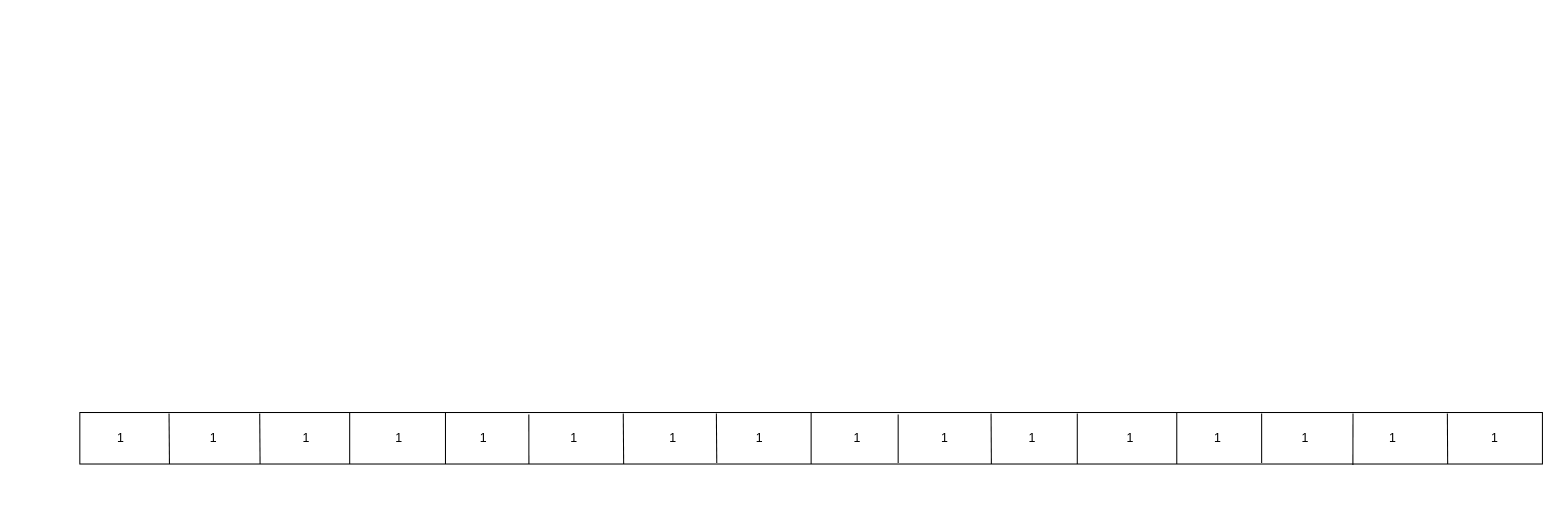
The draw.io diagram Tree/xml/BinaryIndexedTree.drawio in mstao/data-structures, before the edit. Source tidied: cells renumbered, new cells numbered last; positions are measured from the earlier drawing's top-left corner, leaving out a move shared by most shapes. Both pictures are drawn from the tidied source at 103%, with x=0, y=0 at pixel (79, 412).
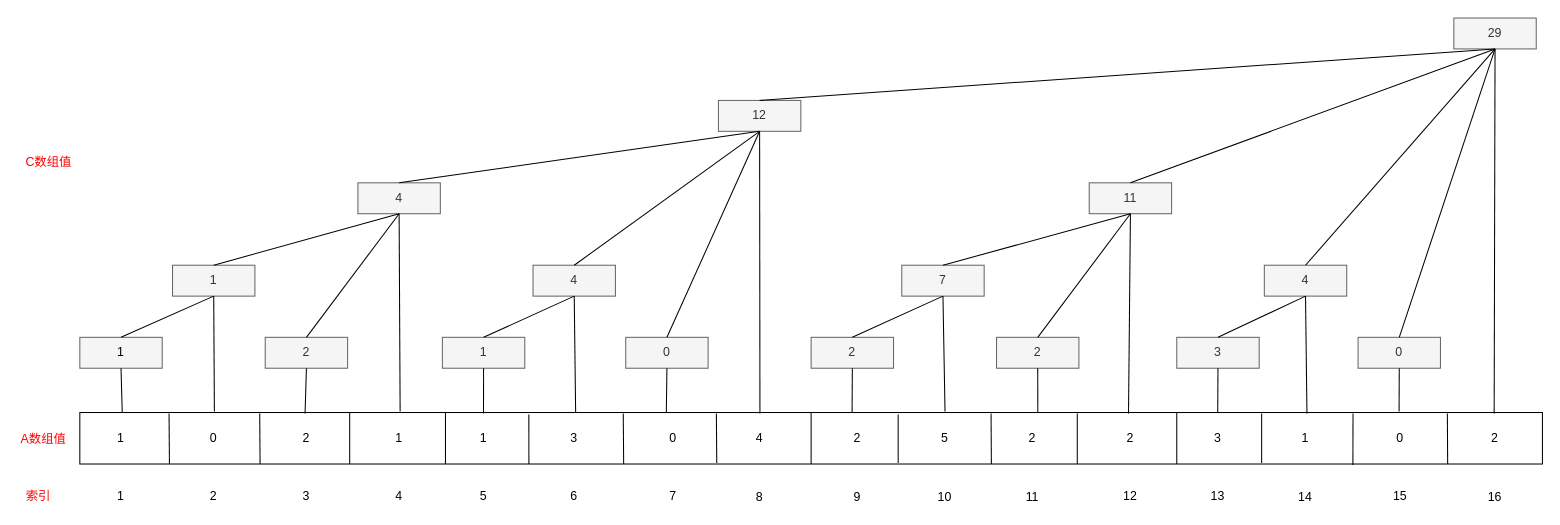
Above is the later version.

Unchanged cells that the change refers to:
```xml
<mxCell id="2" style="rounded=0;whiteSpace=wrap;html=1;" parent="1" vertex="1">
  <mxGeometry width="1420" height="50" as="geometry" />
</mxCell>
```

What changed in the source:
```diff
@@
-    <mxCell id="19" value="1" style="text;html=1;strokeColor=none;fillColor=none;align=center;verticalAlign=middle;whiteSpace=wrap;rounded=0;" parent="1" vertex="1">
+    <mxCell id="19" value="0" style="text;html=1;strokeColor=none;fillColor=none;align=center;verticalAlign=middle;whiteSpace=wrap;rounded=0;" parent="1" vertex="1">
       <mxGeometry x="110" y="15" width="40" height="20" as="geometry" />
     </mxCell>
-    <mxCell id="20" value="1" style="text;html=1;strokeColor=none;fillColor=none;align=center;verticalAlign=middle;whiteSpace=wrap;rounded=0;" parent="1" vertex="1">
+    <mxCell id="20" value="2" style="text;html=1;strokeColor=none;fillColor=none;align=center;verticalAlign=middle;whiteSpace=wrap;rounded=0;" parent="1" vertex="1">
       <mxGeometry x="200" y="15" width="40" height="20" as="geometry" />
     </mxCell>
@@
-    <mxCell id="23" value="1" style="text;html=1;strokeColor=none;fillColor=none;align=center;verticalAlign=middle;whiteSpace=wrap;rounded=0;" parent="1" vertex="1">
+    <mxCell id="23" value="3" style="text;html=1;strokeColor=none;fillColor=none;align=center;verticalAlign=middle;whiteSpace=wrap;rounded=0;" parent="1" vertex="1">
       <mxGeometry x="460" y="15" width="40" height="20" as="geometry" />
     </mxCell>
-    <mxCell id="24" value="1" style="text;html=1;strokeColor=none;fillColor=none;align=center;verticalAlign=middle;whiteSpace=wrap;rounded=0;" parent="1" vertex="1">
+    <mxCell id="24" value="0" style="text;html=1;strokeColor=none;fillColor=none;align=center;verticalAlign=middle;whiteSpace=wrap;rounded=0;" parent="1" vertex="1">
       <mxGeometry x="556" y="15" width="40" height="20" as="geometry" />
     </mxCell>
-    <mxCell id="25" value="1" style="text;html=1;strokeColor=none;fillColor=none;align=center;verticalAlign=middle;whiteSpace=wrap;rounded=0;" parent="1" vertex="1">
+    <mxCell id="25" value="4" style="text;html=1;strokeColor=none;fillColor=none;align=center;verticalAlign=middle;whiteSpace=wrap;rounded=0;" parent="1" vertex="1">
       <mxGeometry x="640" y="15" width="40" height="20" as="geometry" />
     </mxCell>
-    <mxCell id="26" value="1" style="text;html=1;strokeColor=none;fillColor=none;align=center;verticalAlign=middle;whiteSpace=wrap;rounded=0;" parent="1" vertex="1">
+    <mxCell id="26" value="2" style="text;html=1;strokeColor=none;fillColor=none;align=center;verticalAlign=middle;whiteSpace=wrap;rounded=0;" parent="1" vertex="1">
       <mxGeometry x="735" y="15" width="40" height="20" as="geometry" />
     </mxCell>
-    <mxCell id="27" value="1" style="text;html=1;strokeColor=none;fillColor=none;align=center;verticalAlign=middle;whiteSpace=wrap;rounded=0;" parent="1" vertex="1">
+    <mxCell id="27" value="5" style="text;html=1;strokeColor=none;fillColor=none;align=center;verticalAlign=middle;whiteSpace=wrap;rounded=0;" parent="1" vertex="1">
       <mxGeometry x="820" y="15" width="40" height="20" as="geometry" />
     </mxCell>
-    <mxCell id="28" value="1" style="text;html=1;strokeColor=none;fillColor=none;align=center;verticalAlign=middle;whiteSpace=wrap;rounded=0;" parent="1" vertex="1">
+    <mxCell id="28" value="2" style="text;html=1;strokeColor=none;fillColor=none;align=center;verticalAlign=middle;whiteSpace=wrap;rounded=0;" parent="1" vertex="1">
       <mxGeometry x="905" y="15" width="40" height="20" as="geometry" />
     </mxCell>
-    <mxCell id="29" value="1" style="text;html=1;strokeColor=none;fillColor=none;align=center;verticalAlign=middle;whiteSpace=wrap;rounded=0;" parent="1" vertex="1">
+    <mxCell id="29" value="2" style="text;html=1;strokeColor=none;fillColor=none;align=center;verticalAlign=middle;whiteSpace=wrap;rounded=0;" parent="1" vertex="1">
       <mxGeometry x="1000" y="15" width="40" height="20" as="geometry" />
     </mxCell>
-    <mxCell id="30" value="1" style="text;html=1;strokeColor=none;fillColor=none;align=center;verticalAlign=middle;whiteSpace=wrap;rounded=0;" parent="1" vertex="1">
+    <mxCell id="30" value="3" style="text;html=1;strokeColor=none;fillColor=none;align=center;verticalAlign=middle;whiteSpace=wrap;rounded=0;" parent="1" vertex="1">
       <mxGeometry x="1085" y="15" width="40" height="20" as="geometry" />
     </mxCell>
@@
-    <mxCell id="32" value="1" style="text;html=1;strokeColor=none;fillColor=none;align=center;verticalAlign=middle;whiteSpace=wrap;rounded=0;" parent="1" vertex="1">
-      <mxGeometry x="1255" y="15" width="40" height="20" as="geometry" />
+    <mxCell id="32" value="0" style="text;html=1;strokeColor=none;fillColor=none;align=center;verticalAlign=middle;whiteSpace=wrap;rounded=0;" parent="1" vertex="1">
+      <mxGeometry x="1262" y="15" width="40" height="20" as="geometry" />
     </mxCell>
-    <mxCell id="33" value="1" style="text;html=1;strokeColor=none;fillColor=none;align=center;verticalAlign=middle;whiteSpace=wrap;rounded=0;" parent="1" vertex="1">
+    <mxCell id="33" value="2" style="text;html=1;strokeColor=none;fillColor=none;align=center;verticalAlign=middle;whiteSpace=wrap;rounded=0;" parent="1" vertex="1">
       <mxGeometry x="1354" y="15" width="40" height="20" as="geometry" />
     </mxCell>
+    <mxCell id="34" value="1" style="text;html=1;strokeColor=none;fillColor=none;align=center;verticalAlign=middle;whiteSpace=wrap;rounded=0;" parent="1" vertex="1">
+      <mxGeometry x="20" y="71" width="40" height="20" as="geometry" />
+    </mxCell>
+    <mxCell id="35" value="索引" style="text;html=1;strokeColor=none;fillColor=none;align=center;verticalAlign=middle;whiteSpace=wrap;rounded=0;fontColor=#FF0000;" parent="1" vertex="1">
+      <mxGeometry x="-60" y="71" width="40" height="20" as="geometry" />
+    </mxCell>
+    <mxCell id="36" value="A数组值" style="text;html=1;strokeColor=none;fillColor=none;align=center;verticalAlign=middle;whiteSpace=wrap;rounded=0;labelBackgroundColor=#ffffff;fontColor=#FF0000;" parent="1" vertex="1">
+      <mxGeometry x="-60" y="15" width="50" height="22" as="geometry" />
+    </mxCell>
+    <mxCell id="37" value="2" style="text;html=1;strokeColor=none;fillColor=none;align=center;verticalAlign=middle;whiteSpace=wrap;rounded=0;" parent="1" vertex="1">
+      <mxGeometry x="110" y="71" width="40" height="20" as="geometry" />
+    </mxCell>
+    <mxCell id="38" value="3" style="text;html=1;strokeColor=none;fillColor=none;align=center;verticalAlign=middle;whiteSpace=wrap;rounded=0;" parent="1" vertex="1">
+      <mxGeometry x="200" y="71" width="40" height="20" as="geometry" />
+    </mxCell>
+    <mxCell id="39" value="4" style="text;html=1;strokeColor=none;fillColor=none;align=center;verticalAlign=middle;whiteSpace=wrap;rounded=0;" parent="1" vertex="1">
+      <mxGeometry x="290" y="71" width="40" height="20" as="geometry" />
+    </mxCell>
+    <mxCell id="40" value="5" style="text;html=1;strokeColor=none;fillColor=none;align=center;verticalAlign=middle;whiteSpace=wrap;rounded=0;" parent="1" vertex="1">
+      <mxGeometry x="372" y="71" width="40" height="20" as="geometry" />
+    </mxCell>
+    <mxCell id="41" value="6" style="text;html=1;strokeColor=none;fillColor=none;align=center;verticalAlign=middle;whiteSpace=wrap;rounded=0;" parent="1" vertex="1">
+      <mxGeometry x="460" y="71" width="40" height="20" as="geometry" />
+    </mxCell>
+    <mxCell id="42" value="7" style="text;html=1;strokeColor=none;fillColor=none;align=center;verticalAlign=middle;whiteSpace=wrap;rounded=0;" parent="1" vertex="1">
+      <mxGeometry x="556" y="71" width="40" height="20" as="geometry" />
+    </mxCell>
+    <mxCell id="43" value="8" style="text;html=1;strokeColor=none;fillColor=none;align=center;verticalAlign=middle;whiteSpace=wrap;rounded=0;" parent="1" vertex="1">
+      <mxGeometry x="640" y="72" width="40" height="20" as="geometry" />
+    </mxCell>
+    <mxCell id="44" value="9" style="text;html=1;strokeColor=none;fillColor=none;align=center;verticalAlign=middle;whiteSpace=wrap;rounded=0;" parent="1" vertex="1">
+      <mxGeometry x="735" y="72" width="40" height="20" as="geometry" />
+    </mxCell>
+    <mxCell id="45" value="10" style="text;html=1;strokeColor=none;fillColor=none;align=center;verticalAlign=middle;whiteSpace=wrap;rounded=0;" parent="1" vertex="1">
+      <mxGeometry x="820" y="72" width="40" height="20" as="geometry" />
+    </mxCell>
+    <mxCell id="46" value="11" style="text;html=1;strokeColor=none;fillColor=none;align=center;verticalAlign=middle;whiteSpace=wrap;rounded=0;" parent="1" vertex="1">
+      <mxGeometry x="905" y="72" width="40" height="20" as="geometry" />
+    </mxCell>
+    <mxCell id="47" value="12" style="text;html=1;strokeColor=none;fillColor=none;align=center;verticalAlign=middle;whiteSpace=wrap;rounded=0;" parent="1" vertex="1">
+      <mxGeometry x="1000" y="71" width="40" height="20" as="geometry" />
+    </mxCell>
+    <mxCell id="48" value="13" style="text;html=1;strokeColor=none;fillColor=none;align=center;verticalAlign=middle;whiteSpace=wrap;rounded=0;" parent="1" vertex="1">
+      <mxGeometry x="1085" y="71" width="40" height="20" as="geometry" />
+    </mxCell>
+    <mxCell id="49" value="14" style="text;html=1;strokeColor=none;fillColor=none;align=center;verticalAlign=middle;whiteSpace=wrap;rounded=0;" parent="1" vertex="1">
+      <mxGeometry x="1170" y="72" width="40" height="20" as="geometry" />
+    </mxCell>
+    <mxCell id="50" value="15" style="text;html=1;strokeColor=none;fillColor=none;align=center;verticalAlign=middle;whiteSpace=wrap;rounded=0;" parent="1" vertex="1">
+      <mxGeometry x="1262" y="71" width="40" height="20" as="geometry" />
+    </mxCell>
+    <mxCell id="51" value="16" style="text;html=1;strokeColor=none;fillColor=none;align=center;verticalAlign=middle;whiteSpace=wrap;rounded=0;" parent="1" vertex="1">
+      <mxGeometry x="1354" y="72" width="40" height="20" as="geometry" />
+    </mxCell>
+    <mxCell id="52" style="rounded=0;whiteSpace=wrap;html=1;fillColor=#f5f5f5;strokeColor=#666666;fontColor=#333333;" parent="1" vertex="1">
+      <mxGeometry y="-73" width="80" height="30" as="geometry" />
+    </mxCell>
+    <mxCell id="53" value="1" style="text;html=1;strokeColor=none;fillColor=none;align=center;verticalAlign=middle;whiteSpace=wrap;rounded=0;" parent="1" vertex="1">
+      <mxGeometry x="20" y="-68" width="40" height="20" as="geometry" />
+    </mxCell>
+    <mxCell id="54" value="2" style="rounded=0;whiteSpace=wrap;html=1;fillColor=#f5f5f5;strokeColor=#666666;fontColor=#333333;" parent="1" vertex="1">
+      <mxGeometry x="180" y="-73" width="80" height="30" as="geometry" />
+    </mxCell>
+    <mxCell id="55" value="1" style="rounded=0;whiteSpace=wrap;html=1;fillColor=#f5f5f5;strokeColor=#666666;fontColor=#333333;" parent="1" vertex="1">
+      <mxGeometry x="352" y="-73" width="80" height="30" as="geometry" />
+    </mxCell>
+    <mxCell id="56" value="0" style="rounded=0;whiteSpace=wrap;html=1;fillColor=#f5f5f5;strokeColor=#666666;fontColor=#333333;" parent="1" vertex="1">
+      <mxGeometry x="530" y="-73" width="80" height="30" as="geometry" />
+    </mxCell>
+    <mxCell id="57" value="2" style="rounded=0;whiteSpace=wrap;html=1;fillColor=#f5f5f5;strokeColor=#666666;fontColor=#333333;" parent="1" vertex="1">
+      <mxGeometry x="710" y="-73" width="80" height="30" as="geometry" />
+    </mxCell>
+    <mxCell id="58" value="2" style="rounded=0;whiteSpace=wrap;html=1;fillColor=#f5f5f5;strokeColor=#666666;fontColor=#333333;" parent="1" vertex="1">
+      <mxGeometry x="890" y="-73" width="80" height="30" as="geometry" />
+    </mxCell>
+    <mxCell id="59" value="3" style="rounded=0;whiteSpace=wrap;html=1;fillColor=#f5f5f5;strokeColor=#666666;fontColor=#333333;" parent="1" vertex="1">
+      <mxGeometry x="1065" y="-73" width="80" height="30" as="geometry" />
+    </mxCell>
+    <mxCell id="60" value="0" style="rounded=0;whiteSpace=wrap;html=1;fillColor=#f5f5f5;strokeColor=#666666;fontColor=#333333;" parent="1" vertex="1">
+      <mxGeometry x="1241" y="-73" width="80" height="30" as="geometry" />
+    </mxCell>
+    <mxCell id="61" value="1" style="rounded=0;whiteSpace=wrap;html=1;fillColor=#f5f5f5;strokeColor=#666666;fontColor=#333333;" parent="1" vertex="1">
+      <mxGeometry x="90" y="-143" width="80" height="30" as="geometry" />
+    </mxCell>
+    <mxCell id="62" value="4" style="rounded=0;whiteSpace=wrap;html=1;fillColor=#f5f5f5;strokeColor=#666666;fontColor=#333333;" parent="1" vertex="1">
+      <mxGeometry x="440" y="-143" width="80" height="30" as="geometry" />
+    </mxCell>
+    <mxCell id="63" value="7" style="rounded=0;whiteSpace=wrap;html=1;fillColor=#f5f5f5;strokeColor=#666666;fontColor=#333333;" parent="1" vertex="1">
+      <mxGeometry x="798" y="-143" width="80" height="30" as="geometry" />
+    </mxCell>
+    <mxCell id="64" value="4" style="rounded=0;whiteSpace=wrap;html=1;fillColor=#f5f5f5;strokeColor=#666666;fontColor=#333333;" parent="1" vertex="1">
+      <mxGeometry x="1150" y="-143" width="80" height="30" as="geometry" />
+    </mxCell>
+    <mxCell id="65" value="4" style="rounded=0;whiteSpace=wrap;html=1;fillColor=#f5f5f5;strokeColor=#666666;fontColor=#333333;" parent="1" vertex="1">
+      <mxGeometry x="270" y="-223" width="80" height="30" as="geometry" />
+    </mxCell>
+    <mxCell id="66" value="12" style="rounded=0;whiteSpace=wrap;html=1;fillColor=#f5f5f5;strokeColor=#666666;fontColor=#333333;" parent="1" vertex="1">
+      <mxGeometry x="620" y="-303" width="80" height="30" as="geometry" />
+    </mxCell>
+    <mxCell id="67" value="11" style="rounded=0;whiteSpace=wrap;html=1;fillColor=#f5f5f5;strokeColor=#666666;fontColor=#333333;" parent="1" vertex="1">
+      <mxGeometry x="980" y="-223" width="80" height="30" as="geometry" />
+    </mxCell>
+    <mxCell id="68" value="29" style="rounded=0;whiteSpace=wrap;html=1;fillColor=#f5f5f5;strokeColor=#666666;fontColor=#333333;" parent="1" vertex="1">
+      <mxGeometry x="1334" y="-383" width="80" height="30" as="geometry" />
+    </mxCell>
+    <mxCell id="69" style="endArrow=none;html=1;fontColor=#FF0000;exitX=0.5;exitY=1;exitDx=0;exitDy=0;entryX=0.092;entryY=-0.02;entryDx=0;entryDy=0;entryPerimeter=0;" parent="1" edge="1" source="61" target="2">
+      <mxGeometry relative="1" as="geometry" />
+    </mxCell>
+    <mxCell id="70" style="endArrow=none;html=1;fontColor=#FF0000;exitX=0.5;exitY=1;exitDx=0;exitDy=0;entryX=0.5;entryY=0;entryDx=0;entryDy=0;" parent="1" edge="1" source="61" target="52">
+      <mxGeometry relative="1" as="geometry" />
+    </mxCell>
+    <mxCell id="71" style="endArrow=none;html=1;fontColor=#FF0000;exitX=0.5;exitY=1;exitDx=0;exitDy=0;entryX=0.029;entryY=0;entryDx=0;entryDy=0;entryPerimeter=0;" parent="1" edge="1" source="52" target="2">
+      <mxGeometry relative="1" as="geometry" />
+    </mxCell>
+    <mxCell id="72" style="endArrow=none;html=1;fontColor=#FF0000;exitX=0.5;exitY=1;exitDx=0;exitDy=0;entryX=0.154;entryY=0.02;entryDx=0;entryDy=0;entryPerimeter=0;" parent="1" edge="1" source="54" target="2">
+      <mxGeometry relative="1" as="geometry" />
+    </mxCell>
+    <mxCell id="73" style="endArrow=none;html=1;fontColor=#FF0000;exitX=0.5;exitY=1;exitDx=0;exitDy=0;entryX=0.276;entryY=0.02;entryDx=0;entryDy=0;entryPerimeter=0;" parent="1" edge="1" source="55" target="2">
+      <mxGeometry relative="1" as="geometry" />
+    </mxCell>
+    <mxCell id="74" style="endArrow=none;html=1;fontColor=#FF0000;exitX=0.5;exitY=1;exitDx=0;exitDy=0;entryX=0.401;entryY=0;entryDx=0;entryDy=0;entryPerimeter=0;" parent="1" edge="1" source="56" target="2">
+      <mxGeometry relative="1" as="geometry" />
+    </mxCell>
+    <mxCell id="75" style="endArrow=none;html=1;fontColor=#FF0000;exitX=0.5;exitY=1;exitDx=0;exitDy=0;entryX=0.528;entryY=0;entryDx=0;entryDy=0;entryPerimeter=0;" parent="1" edge="1" source="57" target="2">
+      <mxGeometry relative="1" as="geometry" />
+    </mxCell>
+    <mxCell id="76" style="endArrow=none;html=1;fontColor=#FF0000;exitX=0.5;exitY=1;exitDx=0;exitDy=0;entryX=0.655;entryY=0;entryDx=0;entryDy=0;entryPerimeter=0;" parent="1" edge="1" source="58" target="2">
+      <mxGeometry relative="1" as="geometry" />
+    </mxCell>
+    <mxCell id="77" style="endArrow=none;html=1;fontColor=#FF0000;exitX=0.5;exitY=1;exitDx=0;exitDy=0;entryX=0.778;entryY=0;entryDx=0;entryDy=0;entryPerimeter=0;" parent="1" edge="1" source="59" target="2">
+      <mxGeometry relative="1" as="geometry" />
+    </mxCell>
+    <mxCell id="78" style="endArrow=none;html=1;fontColor=#FF0000;exitX=0.5;exitY=1;exitDx=0;exitDy=0;entryX=0.902;entryY=-0.02;entryDx=0;entryDy=0;entryPerimeter=0;" parent="1" edge="1" source="60" target="2">
+      <mxGeometry relative="1" as="geometry" />
+    </mxCell>
+    <mxCell id="79" style="endArrow=none;html=1;fontColor=#FF0000;exitX=0.5;exitY=1;exitDx=0;exitDy=0;entryX=0.219;entryY=-0.02;entryDx=0;entryDy=0;entryPerimeter=0;" parent="1" edge="1" source="65" target="2">
+      <mxGeometry relative="1" as="geometry" />
+    </mxCell>
+    <mxCell id="80" style="endArrow=none;html=1;fontColor=#FF0000;exitX=0.5;exitY=1;exitDx=0;exitDy=0;entryX=0.5;entryY=0;entryDx=0;entryDy=0;" parent="1" edge="1" source="65" target="61">
+      <mxGeometry relative="1" as="geometry" />
+    </mxCell>
+    <mxCell id="81" style="endArrow=none;html=1;fontColor=#FF0000;entryX=0.5;entryY=0;entryDx=0;entryDy=0;" parent="1" edge="1" target="54">
+      <mxGeometry relative="1" as="geometry">
+        <mxPoint x="310" y="-193" as="sourcePoint" />
+      </mxGeometry>
+    </mxCell>
+    <mxCell id="82" style="endArrow=none;html=1;fontColor=#FF0000;exitX=0.5;exitY=1;exitDx=0;exitDy=0;entryX=0.339;entryY=0;entryDx=0;entryDy=0;entryPerimeter=0;" parent="1" edge="1" source="62" target="2">
+      <mxGeometry relative="1" as="geometry" />
+    </mxCell>
+    <mxCell id="83" style="endArrow=none;html=1;fontColor=#FF0000;exitX=0.5;exitY=1;exitDx=0;exitDy=0;entryX=0.5;entryY=0;entryDx=0;entryDy=0;" parent="1" edge="1" source="62" target="55">
+      <mxGeometry relative="1" as="geometry" />
+    </mxCell>
+    <mxCell id="84" style="endArrow=none;html=1;fontColor=#FF0000;exitX=0.5;exitY=1;exitDx=0;exitDy=0;entryX=0.465;entryY=0.02;entryDx=0;entryDy=0;entryPerimeter=0;" parent="1" edge="1" source="66" target="2">
+      <mxGeometry relative="1" as="geometry" />
+    </mxCell>
+    <mxCell id="85" style="endArrow=none;html=1;fontColor=#FF0000;exitX=0.5;exitY=1;exitDx=0;exitDy=0;entryX=0.5;entryY=0;entryDx=0;entryDy=0;" parent="1" edge="1" source="66" target="65">
+      <mxGeometry relative="1" as="geometry" />
+    </mxCell>
+    <mxCell id="86" style="endArrow=none;html=1;fontColor=#FF0000;entryX=0.5;entryY=0;entryDx=0;entryDy=0;" parent="1" edge="1" target="62">
+      <mxGeometry relative="1" as="geometry">
+        <mxPoint x="660" y="-273" as="sourcePoint" />
+      </mxGeometry>
+    </mxCell>
+    <mxCell id="87" style="endArrow=none;html=1;fontColor=#FF0000;entryX=0.5;entryY=0;entryDx=0;entryDy=0;" parent="1" edge="1" target="56">
+      <mxGeometry relative="1" as="geometry">
+        <mxPoint x="660" y="-273" as="sourcePoint" />
+      </mxGeometry>
+    </mxCell>
+    <mxCell id="88" style="endArrow=none;html=1;fontColor=#FF0000;exitX=0.5;exitY=1;exitDx=0;exitDy=0;" parent="1" edge="1" source="63">
+      <mxGeometry relative="1" as="geometry">
+        <mxPoint x="840" y="-1" as="targetPoint" />
+      </mxGeometry>
+    </mxCell>
+    <mxCell id="89" style="endArrow=none;html=1;fontColor=#FF0000;exitX=0.5;exitY=1;exitDx=0;exitDy=0;entryX=0.5;entryY=0;entryDx=0;entryDy=0;" parent="1" edge="1" source="63" target="57">
+      <mxGeometry relative="1" as="geometry" />
+    </mxCell>
+    <mxCell id="90" style="endArrow=none;html=1;fontColor=#FF0000;exitX=0.5;exitY=1;exitDx=0;exitDy=0;entryX=0.717;entryY=0.02;entryDx=0;entryDy=0;entryPerimeter=0;" parent="1" edge="1" source="67" target="2">
+      <mxGeometry relative="1" as="geometry" />
+    </mxCell>
+    <mxCell id="91" style="endArrow=none;html=1;fontColor=#FF0000;exitX=0.5;exitY=1;exitDx=0;exitDy=0;entryX=0.5;entryY=0;entryDx=0;entryDy=0;" parent="1" edge="1" source="67" target="58">
+      <mxGeometry relative="1" as="geometry" />
+    </mxCell>
+    <mxCell id="92" style="endArrow=none;html=1;fontColor=#FF0000;exitX=0.5;exitY=1;exitDx=0;exitDy=0;entryX=0.5;entryY=0;entryDx=0;entryDy=0;" parent="1" edge="1" source="67" target="63">
+      <mxGeometry relative="1" as="geometry" />
+    </mxCell>
+    <mxCell id="93" style="endArrow=none;html=1;fontColor=#FF0000;exitX=0.5;exitY=1;exitDx=0;exitDy=0;entryX=0.839;entryY=0.02;entryDx=0;entryDy=0;entryPerimeter=0;" parent="1" edge="1" source="64" target="2">
+      <mxGeometry relative="1" as="geometry" />
+    </mxCell>
+    <mxCell id="94" style="endArrow=none;html=1;fontColor=#FF0000;exitX=0.5;exitY=1;exitDx=0;exitDy=0;entryX=0.967;entryY=0.02;entryDx=0;entryDy=0;entryPerimeter=0;" parent="1" edge="1" source="68" target="2">
+      <mxGeometry relative="1" as="geometry" />
+    </mxCell>
+    <mxCell id="95" style="endArrow=none;html=1;fontColor=#FF0000;exitX=0.5;exitY=1;exitDx=0;exitDy=0;entryX=0.5;entryY=0;entryDx=0;entryDy=0;" parent="1" edge="1" source="64" target="59">
+      <mxGeometry relative="1" as="geometry" />
+    </mxCell>
+    <mxCell id="96" style="endArrow=none;html=1;fontColor=#FF0000;exitX=0.5;exitY=1;exitDx=0;exitDy=0;entryX=0.5;entryY=0;entryDx=0;entryDy=0;" parent="1" edge="1" source="68" target="66">
+      <mxGeometry relative="1" as="geometry" />
+    </mxCell>
+    <mxCell id="97" style="endArrow=none;html=1;fontColor=#FF0000;exitX=0.5;exitY=1;exitDx=0;exitDy=0;entryX=0.5;entryY=0;entryDx=0;entryDy=0;" parent="1" edge="1" source="68" target="67">
+      <mxGeometry relative="1" as="geometry" />
+    </mxCell>
+    <mxCell id="98" style="endArrow=none;html=1;fontColor=#FF0000;exitX=0.5;exitY=1;exitDx=0;exitDy=0;entryX=0.5;entryY=0;entryDx=0;entryDy=0;" parent="1" edge="1" source="68" target="64">
+      <mxGeometry relative="1" as="geometry" />
+    </mxCell>
+    <mxCell id="99" style="endArrow=none;html=1;fontColor=#FF0000;exitX=0.5;exitY=1;exitDx=0;exitDy=0;entryX=0.5;entryY=0;entryDx=0;entryDy=0;" parent="1" edge="1" source="68" target="60">
+      <mxGeometry relative="1" as="geometry" />
+    </mxCell>
+    <mxCell id="100" value="C数组值" style="text;html=1;strokeColor=none;fillColor=none;align=center;verticalAlign=middle;whiteSpace=wrap;rounded=0;labelBackgroundColor=#ffffff;fontColor=#FF0000;" parent="1" vertex="1">
+      <mxGeometry x="-60" y="-253" width="60" height="20" as="geometry" />
+    </mxCell>
```
